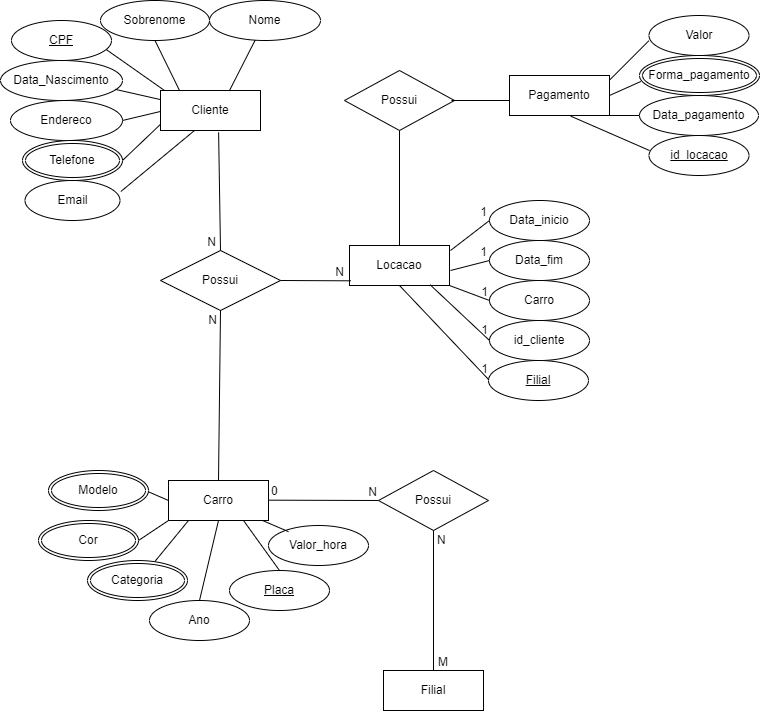
Earlier version of the draw.io export Mapa_BD1.drawio.png (Kelly-Prone/diagramas). Source tidied: cells renumbered, new cells last; positions are measured from the earlier drawing's top-left corner, leaving out a move shared by most shapes.
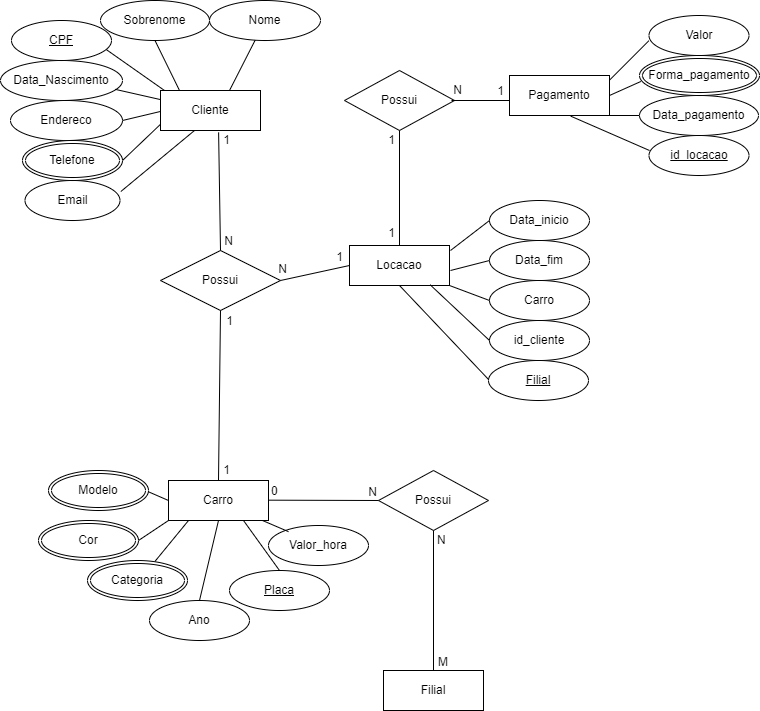
The same diagram one commit later.

What changed in the source:
```diff
@@ -105,15 +105,15 @@
     </mxCell>
     <mxCell id="27" value="N" style="html=1;whiteSpace=wrap;align=right;verticalAlign=bottom;" parent="26" vertex="1">
       <mxGeometry x="1" relative="1" as="geometry">
-        <mxPoint x="-3" as="offset" />
+        <mxPoint x="14" y="-1" as="offset" />
       </mxGeometry>
     </mxCell>
     <mxCell id="28" style="endArrow=none;html=1;rounded=0;entryX=0.5;entryY=1;entryDx=0;entryDy=0;exitX=0.5;exitY=0;exitDx=0;exitDy=0;" parent="1" edge="1" source="15" target="18">
       <mxGeometry relative="1" as="geometry" />
     </mxCell>
-    <mxCell id="29" value="N" style="html=1;whiteSpace=wrap;align=right;verticalAlign=bottom;" parent="28" vertex="1">
+    <mxCell id="29" value="1" style="html=1;whiteSpace=wrap;align=right;verticalAlign=bottom;" parent="28" vertex="1">
       <mxGeometry x="1" relative="1" as="geometry">
-        <mxPoint x="-2" y="19" as="offset" />
+        <mxPoint x="11" y="168" as="offset" />
       </mxGeometry>
     </mxCell>
     <mxCell id="30" value="Modelo" style="ellipse;shape=doubleEllipse;margin=3;whiteSpace=wrap;html=1;align=center;" parent="1" vertex="1">
@@ -183,51 +183,32 @@
         <mxPoint x="450" y="250" as="sourcePoint" />
       </mxGeometry>
     </mxCell>
-    <mxCell id="49" value="1" style="html=1;whiteSpace=wrap;align=right;verticalAlign=bottom;" parent="48" vertex="1">
-      <mxGeometry x="1" relative="1" as="geometry" />
-    </mxCell>
     <mxCell id="50" style="endArrow=none;html=1;rounded=0;entryX=0;entryY=0.5;entryDx=0;entryDy=0;" parent="1" edge="1" target="45">
       <mxGeometry relative="1" as="geometry">
         <mxPoint x="450" y="270" as="sourcePoint" />
       </mxGeometry>
     </mxCell>
-    <mxCell id="51" value="1" style="html=1;whiteSpace=wrap;align=right;verticalAlign=bottom;" parent="50" vertex="1">
-      <mxGeometry x="1" relative="1" as="geometry" />
-    </mxCell>
     <mxCell id="52" style="endArrow=none;html=1;rounded=0;entryX=0;entryY=0.5;entryDx=0;entryDy=0;exitX=0.5;exitY=1;exitDx=0;exitDy=0;" parent="1" edge="1" source="43">
       <mxGeometry relative="1" as="geometry">
         <mxPoint x="489" y="380" as="targetPoint" />
       </mxGeometry>
     </mxCell>
-    <mxCell id="53" value="1" style="html=1;whiteSpace=wrap;align=right;verticalAlign=bottom;" parent="52" vertex="1">
-      <mxGeometry x="1" relative="1" as="geometry">
-        <mxPoint y="-3" as="offset" />
-      </mxGeometry>
-    </mxCell>
     <mxCell id="54" style="endArrow=none;html=1;rounded=0;entryX=0;entryY=0.5;entryDx=0;entryDy=0;exitX=0.807;exitY=0.983;exitDx=0;exitDy=0;exitPerimeter=0;" parent="1" edge="1" source="43">
       <mxGeometry relative="1" as="geometry">
         <mxPoint x="489" y="340" as="targetPoint" />
       </mxGeometry>
     </mxCell>
-    <mxCell id="55" value="1" style="html=1;whiteSpace=wrap;align=right;verticalAlign=bottom;" parent="54" vertex="1">
-      <mxGeometry x="1" relative="1" as="geometry">
-        <mxPoint y="-2" as="offset" />
-      </mxGeometry>
-    </mxCell>
     <mxCell id="56" style="endArrow=none;html=1;rounded=0;entryX=0;entryY=0.5;entryDx=0;entryDy=0;exitX=1;exitY=1;exitDx=0;exitDy=0;" parent="1" edge="1" source="43">
       <mxGeometry relative="1" as="geometry">
         <mxPoint x="489" y="300" as="targetPoint" />
       </mxGeometry>
     </mxCell>
-    <mxCell id="57" value="1" style="html=1;whiteSpace=wrap;align=right;verticalAlign=bottom;" parent="56" vertex="1">
-      <mxGeometry x="1" relative="1" as="geometry" />
-    </mxCell>
-    <mxCell id="58" style="endArrow=none;html=1;rounded=0;entryX=0.013;entryY=0.883;entryDx=0;entryDy=0;entryPerimeter=0;" parent="1" edge="1" target="43">
+    <mxCell id="58" style="endArrow=none;html=1;rounded=0;entryX=0;entryY=0.5;entryDx=0;entryDy=0;" parent="1" edge="1" target="43">
       <mxGeometry relative="1" as="geometry">
         <mxPoint x="280" y="280" as="sourcePoint" />
       </mxGeometry>
     </mxCell>
-    <mxCell id="59" value="N" style="html=1;whiteSpace=wrap;align=right;verticalAlign=bottom;" parent="58" vertex="1">
+    <mxCell id="59" value="1" style="html=1;whiteSpace=wrap;align=right;verticalAlign=bottom;" parent="58" vertex="1">
       <mxGeometry x="1" relative="1" as="geometry">
         <mxPoint x="-5" as="offset" />
       </mxGeometry>
@@ -280,5 +261,28 @@
     <mxCell id="72" value="Forma_pagamento" style="ellipse;shape=doubleEllipse;margin=3;whiteSpace=wrap;html=1;align=center;" parent="1" vertex="1">
       <mxGeometry x="639" y="55" width="120" height="40" as="geometry" />
     </mxCell>
+    <mxCell id="73" value="1" style="html=1;whiteSpace=wrap;align=right;verticalAlign=bottom;" parent="1" vertex="1">
+      <mxGeometry x="231" y="148" as="geometry" />
+    </mxCell>
+    <mxCell id="74" value="1" style="html=1;whiteSpace=wrap;align=right;verticalAlign=bottom;" parent="1" vertex="1">
+      <mxGeometry x="234" y="329" as="geometry" />
+    </mxCell>
+    <mxCell id="75" value="N" style="html=1;whiteSpace=wrap;align=right;verticalAlign=bottom;" parent="1" vertex="1">
+      <mxGeometry x="288" y="277" as="geometry" />
+    </mxCell>
+    <mxCell id="76" value="1" style="html=1;whiteSpace=wrap;align=right;verticalAlign=bottom;" parent="1" vertex="1">
+      <mxGeometry x="396" y="241" as="geometry" />
+    </mxCell>
+    <mxCell id="77" value="1" style="html=1;whiteSpace=wrap;align=right;verticalAlign=bottom;" parent="1" vertex="1">
+      <mxGeometry x="396" y="148" as="geometry" />
+    </mxCell>
+    <mxCell id="78" value="1" style="html=1;whiteSpace=wrap;align=right;verticalAlign=bottom;" parent="1" vertex="1">
+      <mxGeometry x="505" y="99" as="geometry" />
+    </mxCell>
+    <mxCell id="79" value="N" style="html=1;whiteSpace=wrap;align=right;verticalAlign=bottom;" parent="1" vertex="1">
+      <mxGeometry x="245" y="261.9" as="geometry">
+        <mxPoint x="218" y="-164" as="offset" />
+      </mxGeometry>
+    </mxCell>
   </root>
 </mxGraphModel>
```
